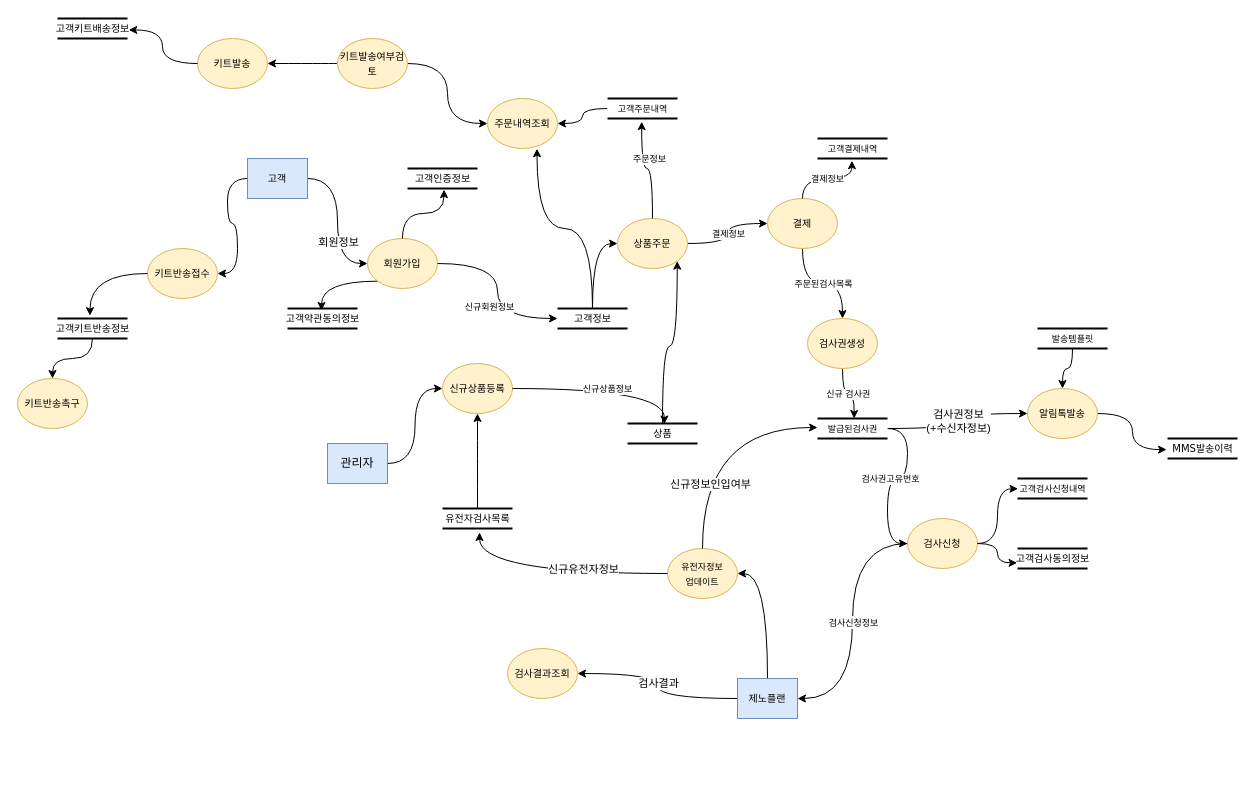
Earlier version of the draw.io diagram DFD_제노플랜.drawio (k3srpn/Architecture). Source tidied: cells renumbered, new cells numbered last; positions are measured from the earlier drawing's top-left corner, leaving out a move shared by most shapes. Both pictures are drawn from the tidied source at 100%, with x=0, y=0 at pixel (17, 18).
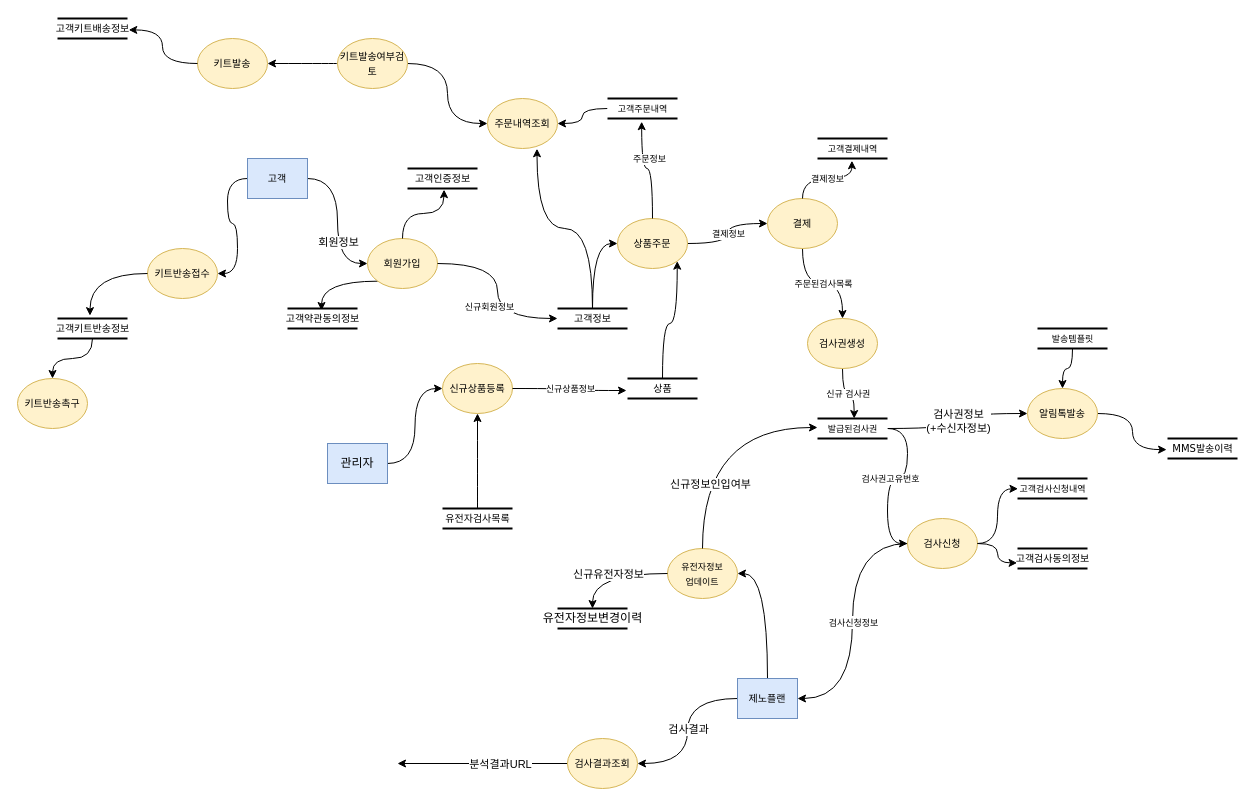
After the change.

Commit message:
DFD_제노플랜.drawio 업데이트

The change refers to these unchanged cells:
```xml
<mxCell id="33" value="&lt;span style=&quot;font-size: 10px;&quot;&gt;신규상품등록&lt;/span&gt;" style="ellipse;whiteSpace=wrap;html=1;rounded=1;shadow=0;comic=0;labelBackgroundColor=none;strokeWidth=1;fontFamily=Verdana;fontSize=12;align=center;fillColor=#fff2cc;strokeColor=#d6b656;" parent="1" vertex="1">
  <mxGeometry x="425" y="345" width="70" height="50" as="geometry" />
</mxCell>
<mxCell id="35" value="&lt;font size=&quot;1&quot;&gt;유전자검사목록&lt;/font&gt;" style="html=1;rounded=0;shadow=0;comic=0;labelBackgroundColor=none;strokeWidth=2;fontFamily=Verdana;fontSize=12;align=center;shape=mxgraph.ios7ui.horLines;" parent="1" vertex="1">
  <mxGeometry x="425" y="490" width="70" height="20" as="geometry" />
</mxCell>
<mxCell id="75" value="&lt;font style=&quot;font-size: 9px;&quot;&gt;유전자정보&lt;br&gt;업데이트&lt;/font&gt;" style="ellipse;whiteSpace=wrap;html=1;rounded=1;shadow=0;comic=0;labelBackgroundColor=none;strokeWidth=1;fontFamily=Verdana;fontSize=12;align=center;fillColor=#fff2cc;strokeColor=#d6b656;" parent="1" vertex="1">
  <mxGeometry x="650" y="530" width="70" height="50" as="geometry" />
</mxCell>
```

The edit, as a diff of the source:
```diff
@@
+    <mxCell id="80" style="edgeStyle=orthogonalEdgeStyle;rounded=0;jettySize=auto;html=1;" parent="1" edge="1" source="30">
+      <mxGeometry relative="1" as="geometry">
+        <mxPoint x="380" y="745" as="targetPoint" />
+      </mxGeometry>
+    </mxCell>
+    <mxCell id="81" value="분석결과URL" style="edgeLabel;html=1;align=center;verticalAlign=middle;" parent="80" vertex="1">
+      <mxGeometry x="-0.01" y="4" relative="1" as="geometry">
+        <mxPoint x="16" y="-4" as="offset" />
+      </mxGeometry>
+    </mxCell>
     <mxCell id="30" value="&lt;span style=&quot;font-size: 10px;&quot;&gt;검사결과조회&lt;/span&gt;" style="ellipse;whiteSpace=wrap;html=1;rounded=1;shadow=0;comic=0;labelBackgroundColor=none;strokeWidth=1;fontFamily=Verdana;fontSize=12;align=center;fillColor=#fff2cc;strokeColor=#d6b656;" parent="1" vertex="1">
-      <mxGeometry x="490" y="630" width="70" height="50" as="geometry" />
+      <mxGeometry x="550" y="720" width="70" height="50" as="geometry" />
     </mxCell>
@@
     <mxCell id="37" value="&lt;font size=&quot;1&quot;&gt;상품&lt;/font&gt;" style="html=1;rounded=0;shadow=0;comic=0;labelBackgroundColor=none;strokeWidth=2;fontFamily=Verdana;fontSize=12;align=center;shape=mxgraph.ios7ui.horLines;" parent="1" vertex="1">
-      <mxGeometry x="610" y="405" width="70" height="20" as="geometry" />
+      <mxGeometry x="610" y="360" width="70" height="20" as="geometry" />
     </mxCell>
-    <mxCell id="38" style="edgeStyle=orthogonalEdgeStyle;rounded=0;jettySize=auto;html=1;entryX=0.527;entryY=0.025;entryDx=0;entryDy=0;entryPerimeter=0;curved=1;" parent="1" edge="1" source="33" target="37">
+    <mxCell id="38" style="edgeStyle=orthogonalEdgeStyle;rounded=0;jettySize=auto;html=1;entryX=-0.014;entryY=0.6;entryDx=0;entryDy=0;entryPerimeter=0;curved=1;" parent="1" edge="1" source="33" target="37">
       <mxGeometry relative="1" as="geometry" />
     </mxCell>
@@
-    <mxCell id="76" style="edgeStyle=orthogonalEdgeStyle;rounded=0;jettySize=auto;html=1;entryX=0.529;entryY=1.2;entryDx=0;entryDy=0;entryPerimeter=0;curved=1;" parent="1" edge="1" source="75" target="35">
+    <mxCell id="76" style="edgeStyle=orthogonalEdgeStyle;rounded=0;jettySize=auto;html=1;curved=1;" parent="1" edge="1" source="75" target="82">
       <mxGeometry relative="1" as="geometry" />
     </mxCell>
     <mxCell id="77" value="신규유전자정보" style="edgeLabel;html=1;align=center;verticalAlign=middle;" parent="76" vertex="1">
       <mxGeometry x="-0.02" y="-12" relative="1" as="geometry">
-        <mxPoint x="27" y="7" as="offset" />
+        <mxPoint x="-6" y="12" as="offset" />
       </mxGeometry>
     </mxCell>
@@
+    <mxCell id="82" value="유전자정보변경이력" style="html=1;rounded=0;shadow=0;comic=0;labelBackgroundColor=none;strokeWidth=2;fontFamily=Verdana;fontSize=12;align=center;shape=mxgraph.ios7ui.horLines;" parent="1" vertex="1">
+      <mxGeometry x="540" y="590" width="70" height="20" as="geometry" />
+    </mxCell>
```
